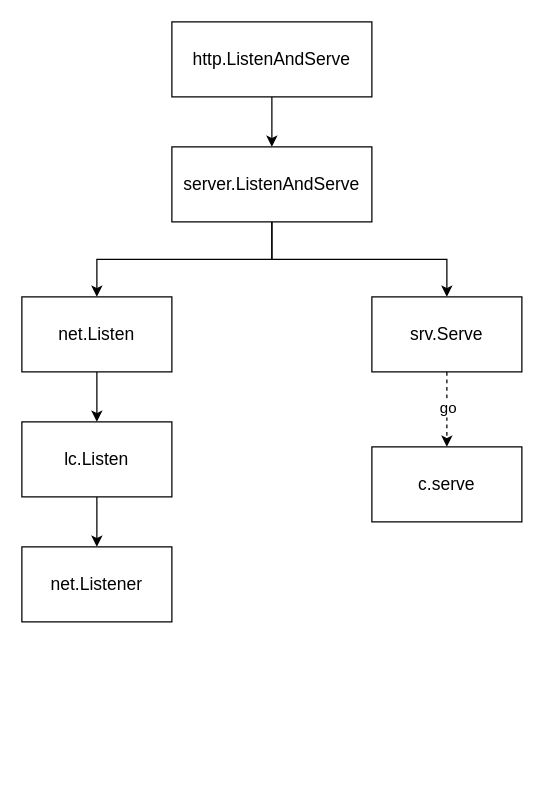
Earlier version of the draw.io diagram page "Page-4" (4 of 5) of go-net.drawio (oiar/assets). Source tidied: cells renumbered, new cells numbered last; positions are measured from the earlier drawing's top-left corner, leaving out a move shared by most shapes. Both pictures are drawn from the tidied source at 125%, with x=0, y=0 at pixel (21, 21).
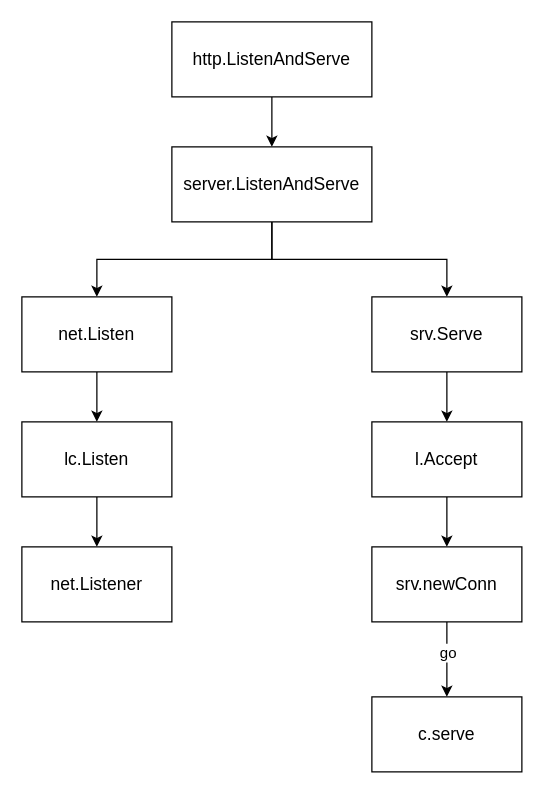
The same diagram, later.

Diff of the diagram source:
```diff
@@
 <mxGraphModel>
   <root>
     <mxCell id="0" />
     <mxCell id="1" parent="0" />
     <mxCell id="2" style="edgeStyle=orthogonalEdgeStyle;rounded=0;jettySize=auto;html=1;" parent="1" edge="1" source="3" target="6">
       <mxGeometry relative="1" as="geometry" />
     </mxCell>
     <mxCell id="3" value="&lt;font style=&quot;font-size: 14px&quot;&gt;http.ListenAndServe&lt;/font&gt;" style="rounded=0;whiteSpace=wrap;html=1;" parent="1" vertex="1">
       <mxGeometry x="120" width="160" height="60" as="geometry" />
     </mxCell>
     <mxCell id="4" style="edgeStyle=orthogonalEdgeStyle;rounded=0;jettySize=auto;html=1;" parent="1" edge="1" source="6" target="8">
       <mxGeometry relative="1" as="geometry" />
     </mxCell>
     <mxCell id="5" style="edgeStyle=orthogonalEdgeStyle;rounded=0;jettySize=auto;html=1;exitX=0.5;exitY=1;exitDx=0;exitDy=0;" parent="1" edge="1" source="6" target="14">
       <mxGeometry relative="1" as="geometry" />
     </mxCell>
     <mxCell id="6" value="&lt;font style=&quot;font-size: 14px&quot;&gt;server.ListenAndServe&lt;/font&gt;" style="rounded=0;whiteSpace=wrap;html=1;" parent="1" vertex="1">
       <mxGeometry x="120" y="100" width="160" height="60" as="geometry" />
     </mxCell>
     <mxCell id="7" style="edgeStyle=orthogonalEdgeStyle;rounded=0;jettySize=auto;html=1;" parent="1" edge="1" source="8" target="10">
       <mxGeometry relative="1" as="geometry" />
     </mxCell>
     <mxCell id="8" value="&lt;font style=&quot;font-size: 14px&quot;&gt;net.Listen&lt;/font&gt;" style="rounded=0;whiteSpace=wrap;html=1;" parent="1" vertex="1">
       <mxGeometry y="220" width="120" height="60" as="geometry" />
     </mxCell>
     <mxCell id="9" style="edgeStyle=orthogonalEdgeStyle;rounded=0;jettySize=auto;html=1;" parent="1" edge="1" source="10" target="11">
       <mxGeometry relative="1" as="geometry" />
     </mxCell>
     <mxCell id="10" value="&lt;font style=&quot;font-size: 14px&quot;&gt;lc.Listen&lt;/font&gt;" style="rounded=0;whiteSpace=wrap;html=1;" parent="1" vertex="1">
       <mxGeometry y="320" width="120" height="60" as="geometry" />
     </mxCell>
     <mxCell id="11" value="&lt;font style=&quot;font-size: 14px&quot;&gt;net.Listener&lt;/font&gt;" style="rounded=0;whiteSpace=wrap;html=1;" parent="1" vertex="1">
       <mxGeometry y="420" width="120" height="60" as="geometry" />
     </mxCell>
-    <mxCell id="12" style="edgeStyle=orthogonalEdgeStyle;rounded=0;jettySize=auto;html=1;dashed=1;" parent="1" edge="1" source="14" target="15">
-      <mxGeometry relative="1" as="geometry" />
-    </mxCell>
-    <mxCell id="13" value="go" style="text;html=1;align=center;verticalAlign=middle;labelBackgroundColor=#ffffff;" parent="12" vertex="1">
-      <mxGeometry x="-0.07" relative="1" as="geometry" />
-    </mxCell>
+    <mxCell id="16" style="edgeStyle=orthogonalEdgeStyle;rounded=0;jettySize=auto;html=1;exitX=0.5;exitY=1;exitDx=0;exitDy=0;entryX=0.5;entryY=0;entryDx=0;entryDy=0;" parent="1" edge="1" source="14" target="18">
+      <mxGeometry relative="1" as="geometry" />
+    </mxCell>
     <mxCell id="14" value="&lt;font style=&quot;font-size: 14px&quot;&gt;srv.Serve&lt;/font&gt;" style="rounded=0;whiteSpace=wrap;html=1;" parent="1" vertex="1">
       <mxGeometry x="280" y="220" width="120" height="60" as="geometry" />
     </mxCell>
     <mxCell id="15" value="&lt;font style=&quot;font-size: 14px&quot;&gt;c.serve&lt;/font&gt;" style="rounded=0;whiteSpace=wrap;html=1;" parent="1" vertex="1">
-      <mxGeometry x="280" y="340" width="120" height="60" as="geometry" />
+      <mxGeometry x="280" y="540" width="120" height="60" as="geometry" />
     </mxCell>
+    <mxCell id="17" style="edgeStyle=orthogonalEdgeStyle;rounded=0;jettySize=auto;html=1;exitX=0.5;exitY=1;exitDx=0;exitDy=0;entryX=0.5;entryY=0;entryDx=0;entryDy=0;" parent="1" edge="1" source="18" target="20">
+      <mxGeometry relative="1" as="geometry" />
+    </mxCell>
+    <mxCell id="18" value="&lt;font style=&quot;font-size: 14px&quot;&gt;l.Accept&lt;/font&gt;" style="rounded=0;whiteSpace=wrap;html=1;" parent="1" vertex="1">
+      <mxGeometry x="280" y="320" width="120" height="60" as="geometry" />
+    </mxCell>
+    <mxCell id="19" style="edgeStyle=orthogonalEdgeStyle;rounded=0;jettySize=auto;html=1;exitX=0.5;exitY=1;exitDx=0;exitDy=0;entryX=0.5;entryY=0;entryDx=0;entryDy=0;" parent="1" edge="1" source="20" target="15">
+      <mxGeometry relative="1" as="geometry" />
+    </mxCell>
+    <mxCell id="13" value="go" style="text;html=1;align=center;verticalAlign=middle;labelBackgroundColor=#ffffff;" parent="19" vertex="1">
+      <mxGeometry x="-0.2" relative="1" as="geometry" />
+    </mxCell>
+    <mxCell id="20" value="&lt;font style=&quot;font-size: 14px&quot;&gt;srv.newConn&lt;/font&gt;" style="rounded=0;whiteSpace=wrap;html=1;" parent="1" vertex="1">
+      <mxGeometry x="280" y="420" width="120" height="60" as="geometry" />
+    </mxCell>
   </root>
 </mxGraphModel>
```
